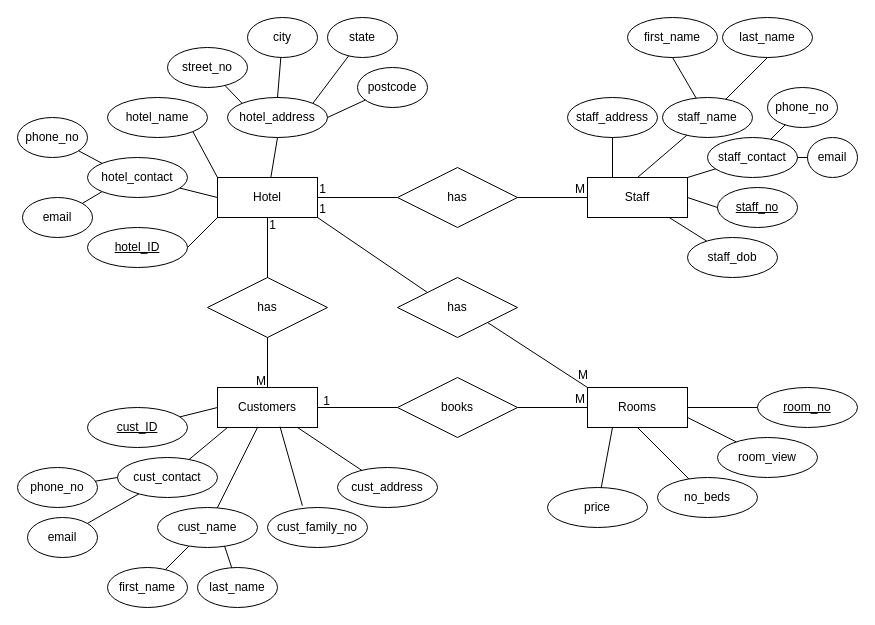
This is Diagrams/ERD.drawio from BryanHJH/Java-Assignment, a draw.io file, before an edit. Source tidied: cells renumbered, new cells numbered last; positions are measured from the earlier drawing's top-left corner, leaving out a move shared by most shapes. Both pictures are drawn from the tidied source at 100%, with x=0, y=0 at pixel (17, 17).
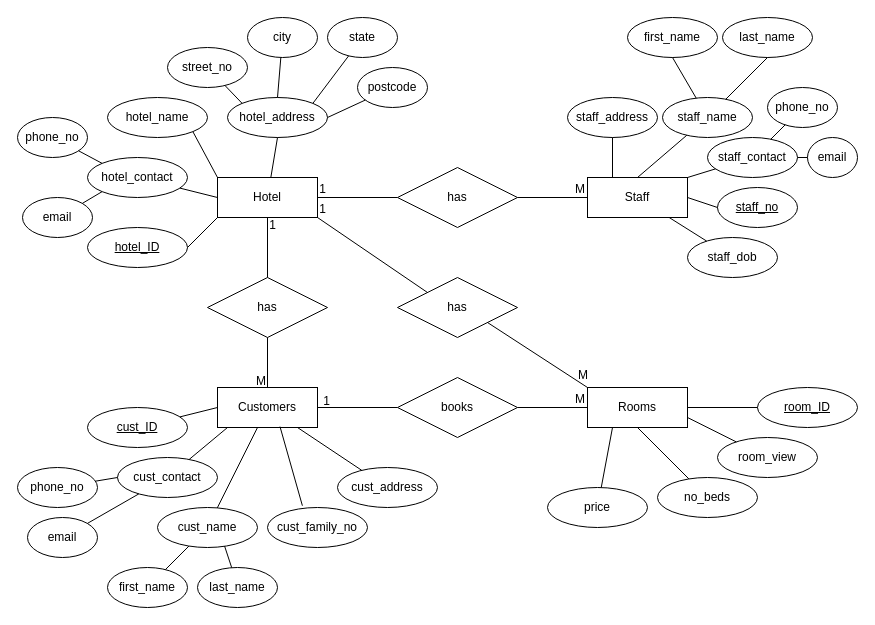
Above is the later version.

Change to the diagram source:
```diff
@@
-    <mxCell id="64" value="room_no" style="ellipse;whiteSpace=wrap;html=1;align=center;fontStyle=4;" parent="1" vertex="1">
+    <mxCell id="64" value="room_ID" style="ellipse;whiteSpace=wrap;html=1;align=center;fontStyle=4;" parent="1" vertex="1">
       <mxGeometry x="740" y="370" width="100" height="40" as="geometry" />
     </mxCell>
```
